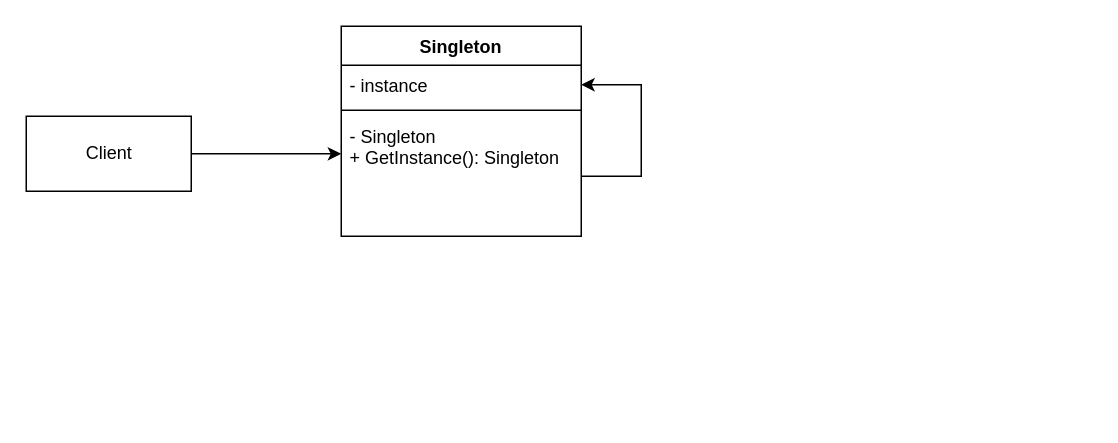
Above: Images/Singleton.drawio in DawidKuzminski/DesignPatterns (draw.io), before the change. Source tidied: cells renumbered, new cells numbered last; positions are measured from the earlier drawing's top-left corner, leaving out a move shared by most shapes. Both pictures are drawn from the tidied source at 150%, with x=0, y=0 at pixel (26, 26).
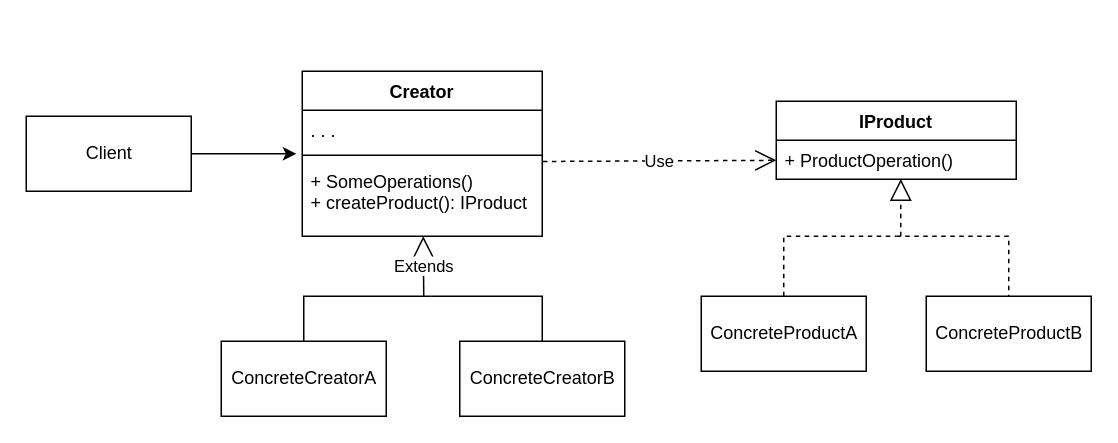
Above is the later version.

Commit message (it also covers changes not shown here):
CreationalDesignPattern - Factory Method: UML added

The change refers to these unchanged cells:
```xml
<mxCell id="2" value="Client" style="html=1;" parent="1" vertex="1">
  <mxGeometry y="60" width="110" height="50" as="geometry" />
</mxCell>
```

Diff of the diagram source:
```diff
@@
-    <mxCell id="3" value="Singleton" style="swimlane;fontStyle=1;align=center;verticalAlign=top;horizontal=1;startSize=26;" parent="1" vertex="1">
-      <mxGeometry x="210" width="160" height="140" as="geometry" />
-    </mxCell>
-    <mxCell id="4" value="- instance" style="text;strokeColor=none;fillColor=none;align=left;verticalAlign=top;spacingLeft=4;spacingRight=4;overflow=hidden;points=[[0,0.5],[1,0.5]];portConstraint=eastwest;" parent="3" vertex="1">
-      <mxGeometry y="26" width="160" height="26" as="geometry" />
-    </mxCell>
+    <mxCell id="8" style="endArrow=classic;html=1;rounded=0;exitX=1;exitY=0.5;exitDx=0;exitDy=0;entryX=-0.025;entryY=1.115;entryDx=0;entryDy=0;entryPerimeter=0;" parent="1" edge="1" source="2" target="10">
+      <mxGeometry relative="1" as="geometry" />
+    </mxCell>
+    <mxCell id="9" value="Creator" style="swimlane;fontStyle=1;align=center;verticalAlign=top;horizontal=1;startSize=26;" parent="1" vertex="1">
+      <mxGeometry x="184" y="30" width="160" height="110" as="geometry" />
+    </mxCell>
+    <mxCell id="10" value=". . ." style="text;strokeColor=none;fillColor=none;align=left;verticalAlign=top;spacingLeft=4;spacingRight=4;overflow=hidden;points=[[0,0.5],[1,0.5]];portConstraint=eastwest;" parent="9" vertex="1">
+      <mxGeometry y="26" width="160" height="26" as="geometry" />
+    </mxCell>
-    <mxCell id="5" style="line;strokeWidth=1;fillColor=none;align=left;verticalAlign=middle;spacingTop=-1;spacingLeft=3;spacingRight=3;labelPosition=right;strokeColor=inherit;" parent="3" vertex="1">
+    <mxCell id="5" style="line;strokeWidth=1;fillColor=none;align=left;verticalAlign=middle;spacingTop=-1;spacingLeft=3;spacingRight=3;labelPosition=right;strokeColor=inherit;" parent="9" vertex="1">
       <mxGeometry y="52" width="160" height="8" as="geometry" />
     </mxCell>
-    <mxCell id="6" value="- Singleton&#10;+ GetInstance(): Singleton" style="text;strokeColor=none;fillColor=none;align=left;verticalAlign=top;spacingLeft=4;spacingRight=4;overflow=hidden;points=[[0,0.5],[1,0.5]];portConstraint=eastwest;" parent="3" vertex="1">
-      <mxGeometry y="60" width="160" height="80" as="geometry" />
-    </mxCell>
-    <mxCell id="7" style="endArrow=classic;html=1;rounded=0;exitX=1;exitY=0.5;exitDx=0;exitDy=0;entryX=1;entryY=0.5;entryDx=0;entryDy=0;" parent="3" edge="1" source="6" target="4">
-      <mxGeometry relative="1" as="geometry">
-        <Array as="points">
-          <mxPoint x="200" y="100" />
-          <mxPoint x="200" y="39" />
-        </Array>
-      </mxGeometry>
-    </mxCell>
-    <mxCell id="8" style="endArrow=classic;html=1;rounded=0;exitX=1;exitY=0.5;exitDx=0;exitDy=0;entryX=0;entryY=0.313;entryDx=0;entryDy=0;entryPerimeter=0;" parent="1" edge="1" source="2" target="6">
-      <mxGeometry relative="1" as="geometry" />
-    </mxCell>
+    <mxCell id="11" value="+ SomeOperations()&#10;+ createProduct(): IProduct" style="text;strokeColor=none;fillColor=none;align=left;verticalAlign=top;spacingLeft=4;spacingRight=4;overflow=hidden;points=[[0,0.5],[1,0.5]];portConstraint=eastwest;" parent="9" vertex="1">
+      <mxGeometry y="60" width="160" height="50" as="geometry" />
+    </mxCell>
+    <mxCell id="12" value="IProduct" style="swimlane;fontStyle=1;align=center;verticalAlign=top;horizontal=1;startSize=26;" parent="1" vertex="1">
+      <mxGeometry x="500" y="50" width="160" height="52" as="geometry" />
+    </mxCell>
+    <mxCell id="13" value="+ ProductOperation()" style="text;strokeColor=none;fillColor=none;align=left;verticalAlign=top;spacingLeft=4;spacingRight=4;overflow=hidden;points=[[0,0.5],[1,0.5]];portConstraint=eastwest;" parent="12" vertex="1">
+      <mxGeometry y="26" width="160" height="26" as="geometry" />
+    </mxCell>
+    <mxCell id="14" value="Use" style="endArrow=open;endSize=12;dashed=1;html=1;rounded=0;exitX=1.003;exitY=0.003;exitDx=0;exitDy=0;exitPerimeter=0;" parent="1" edge="1" source="11" target="13">
+      <mxGeometry relative="1" as="geometry" />
+    </mxCell>
+    <mxCell id="15" value="ConcreteProductA" style="html=1;" parent="1" vertex="1">
+      <mxGeometry x="450" y="180" width="110" height="50" as="geometry" />
+    </mxCell>
+    <mxCell id="16" value="ConcreteProductB" style="html=1;" parent="1" vertex="1">
+      <mxGeometry x="600" y="180" width="110" height="50" as="geometry" />
+    </mxCell>
+    <mxCell id="17" style="endArrow=block;dashed=1;endFill=0;endSize=12;html=1;rounded=0;entryX=0.519;entryY=0.994;entryDx=0;entryDy=0;entryPerimeter=0;" parent="1" edge="1" target="13">
+      <mxGeometry relative="1" as="geometry">
+        <mxPoint x="583" y="140" as="sourcePoint" />
+      </mxGeometry>
+    </mxCell>
+    <mxCell id="18" style="endArrow=none;dashed=1;html=1;rounded=0;exitX=0.5;exitY=0;exitDx=0;exitDy=0;" parent="1" edge="1" source="15">
+      <mxGeometry relative="1" as="geometry">
+        <mxPoint x="580" y="140" as="targetPoint" />
+        <Array as="points">
+          <mxPoint x="505" y="140" />
+        </Array>
+      </mxGeometry>
+    </mxCell>
+    <mxCell id="19" style="endArrow=none;dashed=1;html=1;rounded=0;entryX=0.5;entryY=0;entryDx=0;entryDy=0;" parent="1" edge="1" target="16">
+      <mxGeometry relative="1" as="geometry">
+        <mxPoint x="580" y="140" as="sourcePoint" />
+        <Array as="points">
+          <mxPoint x="655" y="140" />
+        </Array>
+      </mxGeometry>
+    </mxCell>
+    <mxCell id="20" value="ConcreteCreatorA" style="html=1;" parent="1" vertex="1">
+      <mxGeometry x="130" y="210" width="110" height="50" as="geometry" />
+    </mxCell>
+    <mxCell id="21" value="ConcreteCreatorB" style="html=1;" parent="1" vertex="1">
+      <mxGeometry x="289" y="210" width="110" height="50" as="geometry" />
+    </mxCell>
+    <mxCell id="22" value="Extends" style="endArrow=block;endSize=16;endFill=0;html=1;rounded=0;entryX=0.504;entryY=1;entryDx=0;entryDy=0;entryPerimeter=0;" parent="1" edge="1" target="11">
+      <mxGeometry relative="1" as="geometry">
+        <mxPoint x="265" y="180" as="sourcePoint" />
+      </mxGeometry>
+    </mxCell>
+    <mxCell id="23" style="endArrow=none;html=1;rounded=0;exitX=0.5;exitY=0;exitDx=0;exitDy=0;" parent="1" edge="1" source="20">
+      <mxGeometry relative="1" as="geometry">
+        <mxPoint x="270" y="180" as="targetPoint" />
+        <Array as="points">
+          <mxPoint x="185" y="180" />
+        </Array>
+      </mxGeometry>
+    </mxCell>
+    <mxCell id="24" style="endArrow=none;html=1;rounded=0;entryX=0.5;entryY=0;entryDx=0;entryDy=0;" parent="1" edge="1" target="21">
+      <mxGeometry relative="1" as="geometry">
+        <mxPoint x="270" y="180" as="sourcePoint" />
+        <Array as="points">
+          <mxPoint x="344" y="180" />
+        </Array>
+      </mxGeometry>
+    </mxCell>
```
